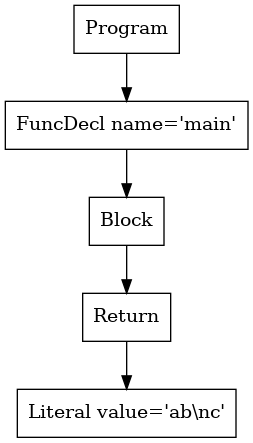
Earlier version of the Graphviz export tree.png (phamml/p2-parser). Its source is kept beside it as tree.dot.
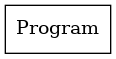
The same diagram one commit later.

Diff of the diagram source:
```diff
@@ -1,11 +1,3 @@
 digraph AST {
-4 [shape=box, label="Literal value='ab\\nc'"];
-3 [shape=box, label="Return"];
-3 -> 4;
-2 [shape=box, label="Block"];
-2 -> 3;
-1 [shape=box, label="FuncDecl name='main'"];
-1 -> 2;
 0 [shape=box, label="Program"];
-0 -> 1;
 }
```
